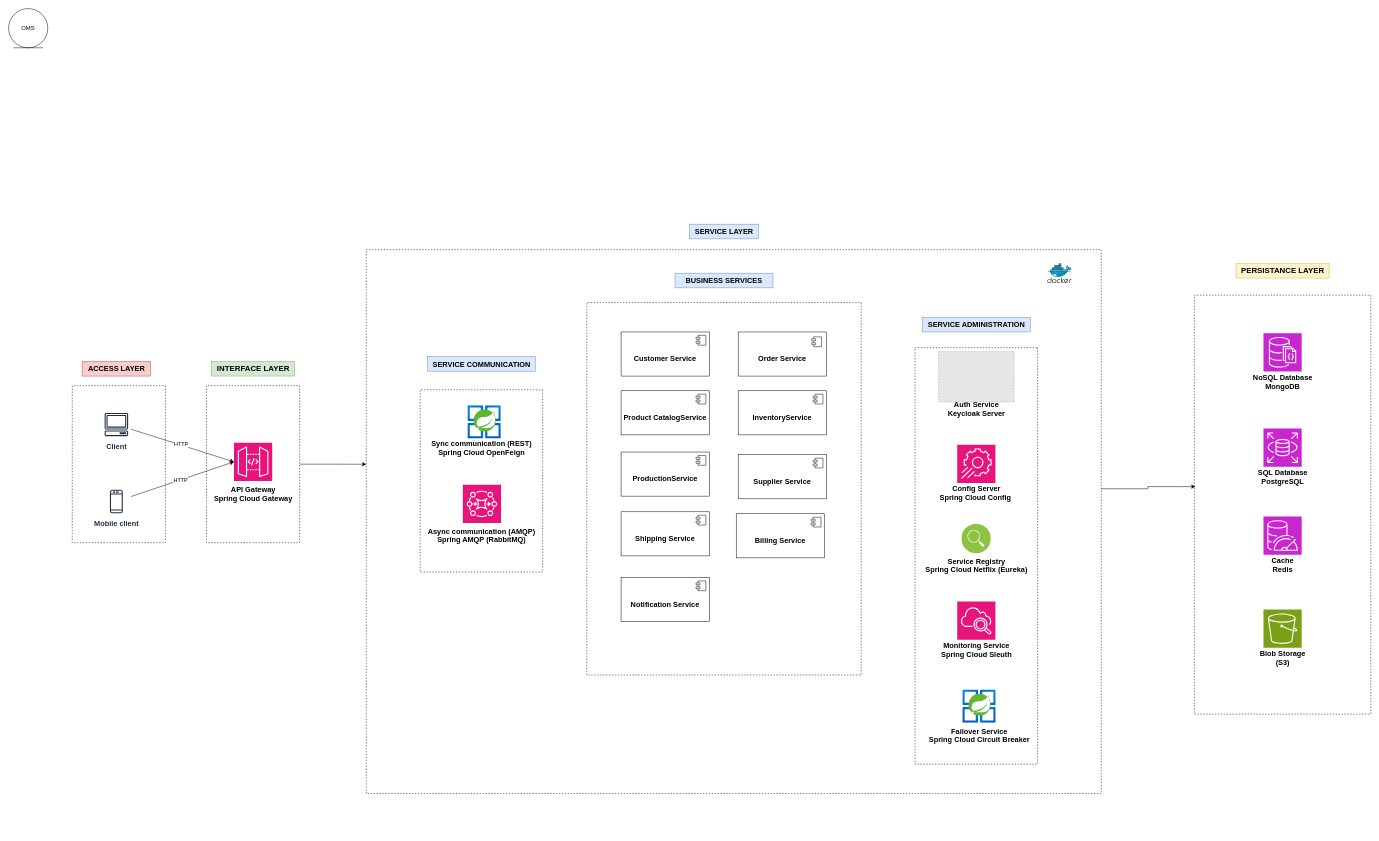
The draw.io diagram docs/architecture-diagram/architecture-diagram.drawio in caoh29/OMS, before the edit. Source tidied: cells renumbered, new cells numbered last; positions are measured from the earlier drawing's top-left corner, leaving out a move shared by most shapes. Both pictures are drawn from the tidied source at 49%, with x=0, y=0 at pixel (8, 8). Pictures stored in the file or linked from it are replaced by grey dashed boxes.
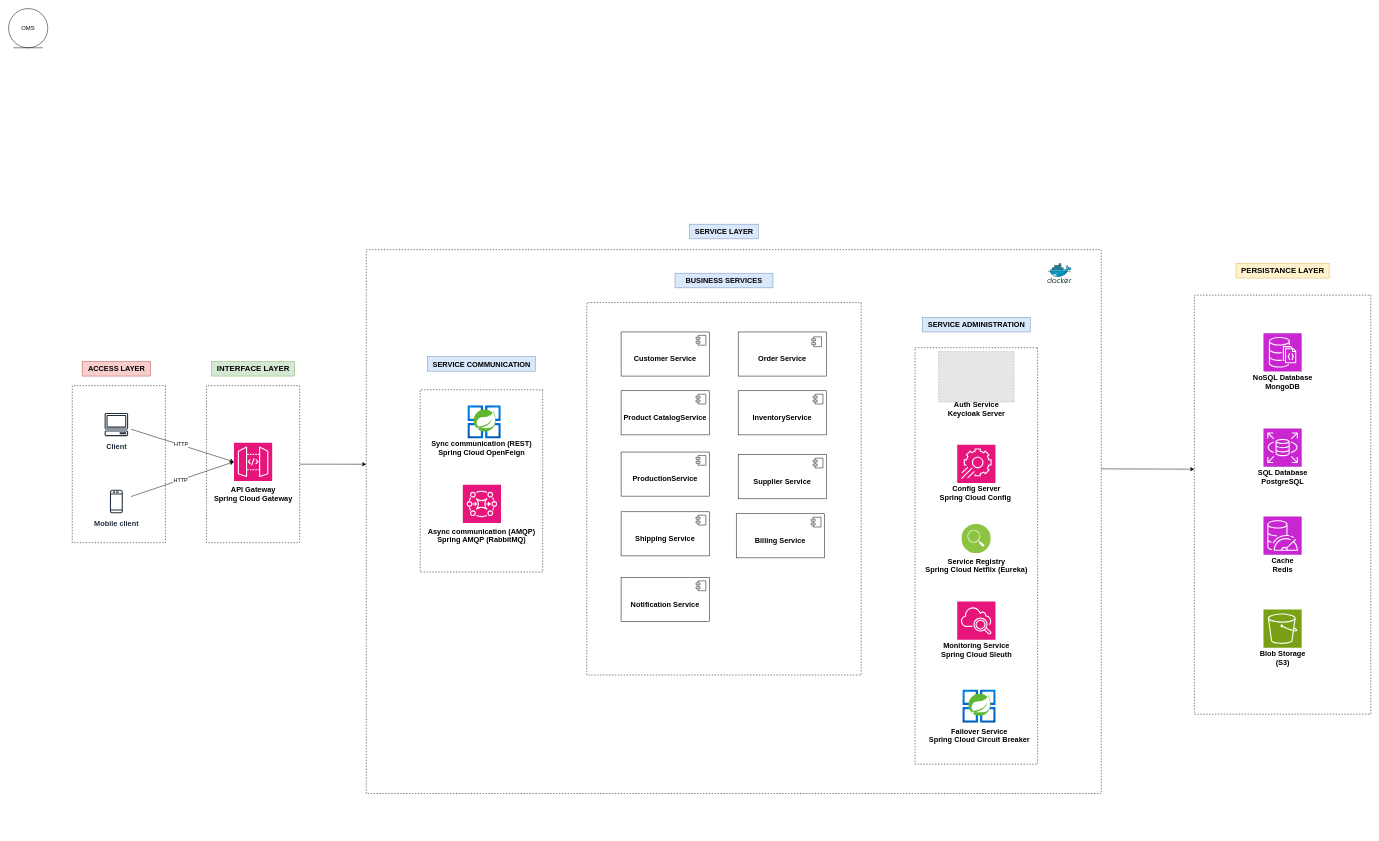
The same page after the edit.

The change refers to these unchanged cells:
```xml
<mxCell id="2" style="rounded=0;whiteSpace=wrap;html=1;direction=south;dashed=1;" parent="1" vertex="1">
  <mxGeometry x="2420" y="584.8" width="360" height="855.2" as="geometry" />
</mxCell>
<mxCell id="27" style="rounded=0;whiteSpace=wrap;html=1;direction=south;dashed=1;" parent="26" vertex="1">
  <mxGeometry width="1500" height="1110" as="geometry" />
</mxCell>
```

The edit, as a diff of the source:
```diff
@@
-    <mxCell id="70" style="edgeStyle=orthogonalEdgeStyle;rounded=0;jettySize=auto;html=1;entryX=0.457;entryY=0.994;entryDx=0;entryDy=0;entryPerimeter=0;" parent="1" edge="1" source="27" target="2">
-      <mxGeometry relative="1" as="geometry">
-        <Array as="points">
-          <mxPoint x="2325" y="980" />
-          <mxPoint x="2325" y="976" />
-        </Array>
-      </mxGeometry>
-    </mxCell>
+    <mxCell id="71" style="endArrow=classic;html=1;rounded=0;exitX=0.403;exitY=0;exitDx=0;exitDy=0;exitPerimeter=0;" parent="1" edge="1" source="27">
+      <mxGeometry relative="1" as="geometry">
+        <mxPoint x="2420" y="940" as="targetPoint" />
+      </mxGeometry>
+    </mxCell>
```
